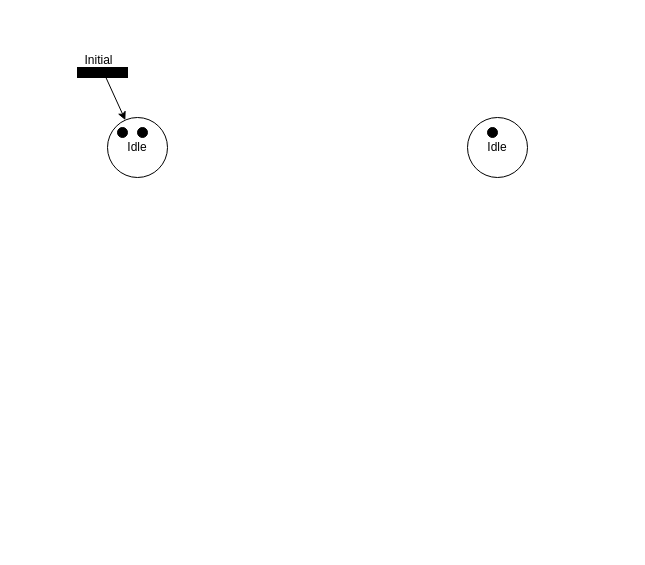
Earlier version of the draw.io diagram project/UMLpetriNets.drawio (josura/HCI). Source tidied: cells renumbered, new cells numbered last; positions are measured from the earlier drawing's top-left corner, leaving out a move shared by most shapes. Both pictures are drawn from the tidied source at 100%, with x=0, y=0 at pixel (73, 45).
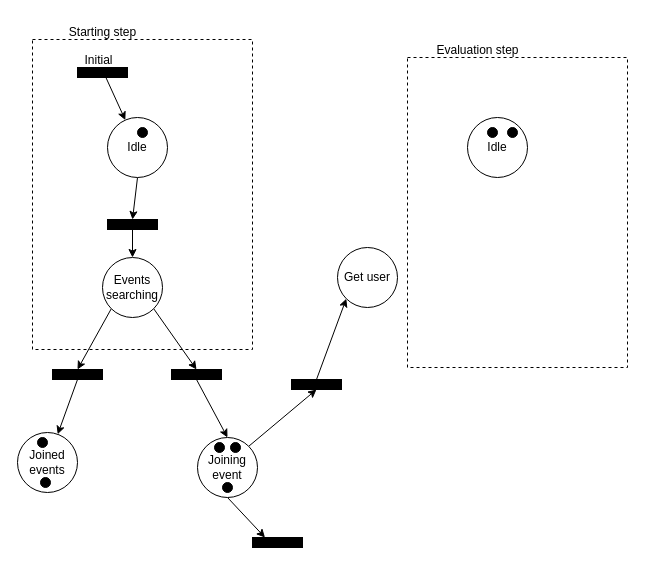
The same page after the edit.

Unchanged cells that the change refers to:
```xml
<mxCell id="2" value="Idle" style="ellipse;whiteSpace=wrap;html=1;" parent="1" vertex="1">
  <mxGeometry x="34" y="72" width="60" height="60" as="geometry" />
</mxCell>
```

What changed in the source:
```diff
@@
+    <mxCell id="10" style="rounded=0;whiteSpace=wrap;html=1;fillColor=none;dashed=1;" parent="1" vertex="1">
+      <mxGeometry x="334" y="12" width="220" height="310" as="geometry" />
+    </mxCell>
+    <mxCell id="11" style="edgeStyle=none;rounded=0;jettySize=auto;html=1;exitX=0.5;exitY=1;exitDx=0;exitDy=0;entryX=0.5;entryY=0;entryDx=0;entryDy=0;" parent="1" edge="1" source="2" target="13">
+      <mxGeometry relative="1" as="geometry" />
+    </mxCell>
@@
-    <mxCell id="5" style="ellipse;whiteSpace=wrap;html=1;fillColor=#000000;" parent="1" vertex="1">
-      <mxGeometry x="44" y="82" width="10" height="10" as="geometry" />
-    </mxCell>
@@
+    <mxCell id="12" style="edgeStyle=none;rounded=0;jettySize=auto;html=1;exitX=0.5;exitY=1;exitDx=0;exitDy=0;entryX=0.5;entryY=0;entryDx=0;entryDy=0;" parent="1" edge="1" source="13" target="18">
+      <mxGeometry relative="1" as="geometry" />
+    </mxCell>
+    <mxCell id="13" style="rounded=0;whiteSpace=wrap;html=1;fillColor=#000000;" parent="1" vertex="1">
+      <mxGeometry x="34" y="174" width="50" height="10" as="geometry" />
+    </mxCell>
+    <mxCell id="14" style="edgeStyle=none;rounded=0;jettySize=auto;html=1;exitX=0.5;exitY=1;exitDx=0;exitDy=0;entryX=0.5;entryY=0;entryDx=0;entryDy=0;" parent="1" edge="1" source="15" target="23">
+      <mxGeometry relative="1" as="geometry" />
+    </mxCell>
+    <mxCell id="15" style="rounded=0;whiteSpace=wrap;html=1;fillColor=#000000;" parent="1" vertex="1">
+      <mxGeometry x="98" y="324" width="50" height="10" as="geometry" />
+    </mxCell>
+    <mxCell id="16" style="edgeStyle=none;rounded=0;jettySize=auto;html=1;exitX=1;exitY=1;exitDx=0;exitDy=0;entryX=0.5;entryY=0;entryDx=0;entryDy=0;" parent="1" edge="1" source="18" target="15">
+      <mxGeometry relative="1" as="geometry" />
+    </mxCell>
+    <mxCell id="17" style="edgeStyle=none;rounded=0;jettySize=auto;html=1;exitX=0;exitY=1;exitDx=0;exitDy=0;entryX=0.5;entryY=0;entryDx=0;entryDy=0;" parent="1" edge="1" source="18" target="20">
+      <mxGeometry relative="1" as="geometry" />
+    </mxCell>
+    <mxCell id="18" value="Events searching" style="ellipse;whiteSpace=wrap;html=1;" parent="1" vertex="1">
+      <mxGeometry x="29" y="212" width="60" height="60" as="geometry" />
+    </mxCell>
+    <mxCell id="19" style="edgeStyle=none;rounded=0;jettySize=auto;html=1;exitX=0.5;exitY=1;exitDx=0;exitDy=0;" parent="1" edge="1" source="20" target="28">
+      <mxGeometry relative="1" as="geometry" />
+    </mxCell>
+    <mxCell id="20" style="rounded=0;whiteSpace=wrap;html=1;fillColor=#000000;" parent="1" vertex="1">
+      <mxGeometry x="-21" y="324" width="50" height="10" as="geometry" />
+    </mxCell>
+    <mxCell id="21" style="edgeStyle=none;rounded=0;jettySize=auto;html=1;exitX=1;exitY=0;exitDx=0;exitDy=0;entryX=0.5;entryY=1;entryDx=0;entryDy=0;" parent="1" edge="1" source="23" target="32">
+      <mxGeometry relative="1" as="geometry" />
+    </mxCell>
+    <mxCell id="22" style="edgeStyle=none;rounded=0;jettySize=auto;html=1;exitX=0.5;exitY=1;exitDx=0;exitDy=0;entryX=0.25;entryY=0;entryDx=0;entryDy=0;" parent="1" edge="1" source="23" target="37">
+      <mxGeometry relative="1" as="geometry" />
+    </mxCell>
+    <mxCell id="23" value="Joining event" style="ellipse;whiteSpace=wrap;html=1;" parent="1" vertex="1">
+      <mxGeometry x="124" y="392" width="60" height="60" as="geometry" />
+    </mxCell>
+    <mxCell id="24" style="ellipse;whiteSpace=wrap;html=1;fillColor=#000000;" parent="1" vertex="1">
+      <mxGeometry x="434" y="82" width="10" height="10" as="geometry" />
+    </mxCell>
+    <mxCell id="25" style="ellipse;whiteSpace=wrap;html=1;fillColor=#000000;" parent="1" vertex="1">
+      <mxGeometry x="141" y="397" width="10" height="10" as="geometry" />
+    </mxCell>
+    <mxCell id="26" style="ellipse;whiteSpace=wrap;html=1;fillColor=#000000;" parent="1" vertex="1">
+      <mxGeometry x="157" y="397" width="10" height="10" as="geometry" />
+    </mxCell>
+    <mxCell id="27" style="ellipse;whiteSpace=wrap;html=1;fillColor=#000000;" parent="1" vertex="1">
+      <mxGeometry x="149" y="437" width="10" height="10" as="geometry" />
+    </mxCell>
+    <mxCell id="28" value="Joined events" style="ellipse;whiteSpace=wrap;html=1;" parent="1" vertex="1">
+      <mxGeometry x="-56" y="387" width="60" height="60" as="geometry" />
+    </mxCell>
+    <mxCell id="29" style="ellipse;whiteSpace=wrap;html=1;fillColor=#000000;" parent="1" vertex="1">
+      <mxGeometry x="-36" y="392" width="10" height="10" as="geometry" />
+    </mxCell>
+    <mxCell id="30" style="ellipse;whiteSpace=wrap;html=1;fillColor=#000000;" parent="1" vertex="1">
+      <mxGeometry x="-33" y="432" width="10" height="10" as="geometry" />
+    </mxCell>
+    <mxCell id="31" style="edgeStyle=none;rounded=0;jettySize=auto;html=1;exitX=0.5;exitY=0;exitDx=0;exitDy=0;entryX=0;entryY=1;entryDx=0;entryDy=0;" parent="1" edge="1" source="32" target="33">
+      <mxGeometry relative="1" as="geometry" />
+    </mxCell>
+    <mxCell id="32" style="rounded=0;whiteSpace=wrap;html=1;fillColor=#000000;" parent="1" vertex="1">
+      <mxGeometry x="218" y="334" width="50" height="10" as="geometry" />
+    </mxCell>
+    <mxCell id="33" value="Get user" style="ellipse;whiteSpace=wrap;html=1;" parent="1" vertex="1">
+      <mxGeometry x="264" y="202" width="60" height="60" as="geometry" />
+    </mxCell>
+    <mxCell id="34" value="Evaluation step" style="text;html=1;align=center;verticalAlign=middle;strokeColor=none;fillColor=none;" parent="1" vertex="1">
+      <mxGeometry x="349" y="-10" width="110" height="30" as="geometry" />
+    </mxCell>
+    <mxCell id="35" style="rounded=0;whiteSpace=wrap;html=1;fillColor=none;dashed=1;" parent="1" vertex="1">
+      <mxGeometry x="-41" y="-6" width="220" height="310" as="geometry" />
+    </mxCell>
+    <mxCell id="36" value="Starting step" style="text;html=1;align=center;verticalAlign=middle;strokeColor=none;fillColor=none;" parent="1" vertex="1">
+      <mxGeometry x="-16" y="-28" width="90" height="30" as="geometry" />
+    </mxCell>
+    <mxCell id="37" style="rounded=0;whiteSpace=wrap;html=1;fillColor=#000000;" parent="1" vertex="1">
+      <mxGeometry x="179" y="492" width="50" height="10" as="geometry" />
+    </mxCell>
```
